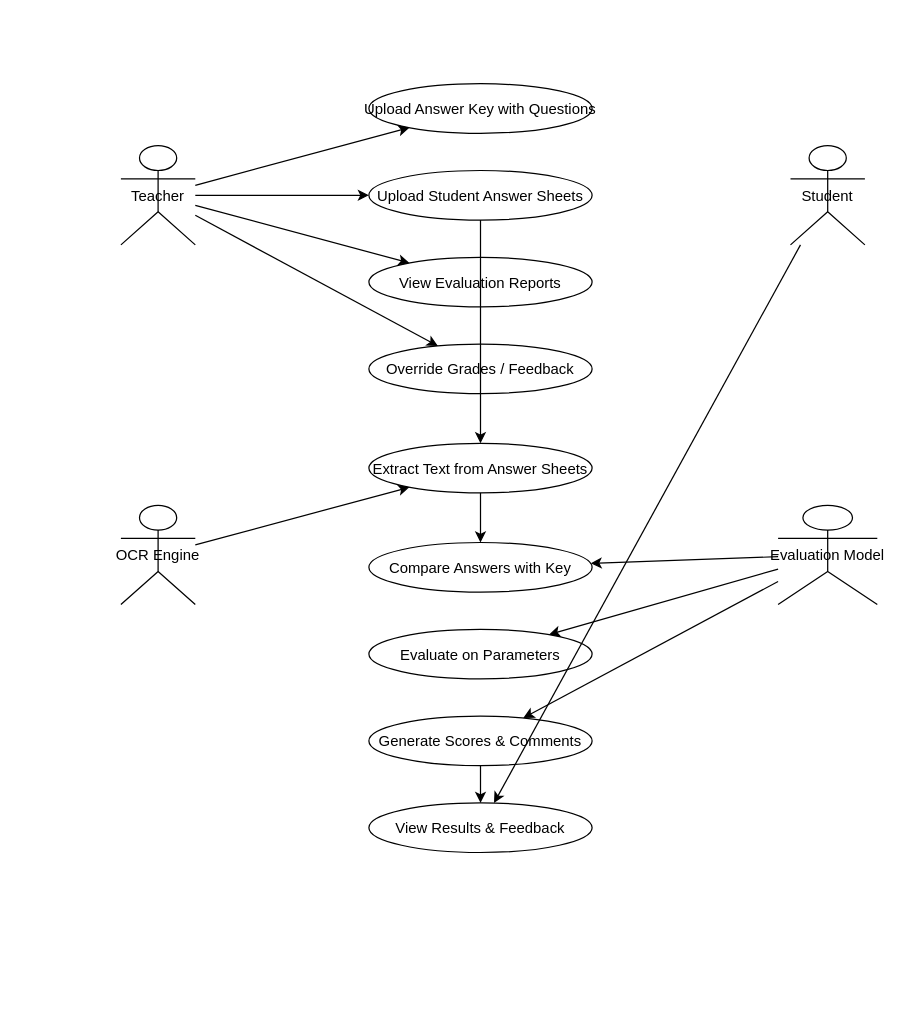
Above: Use_case_diagram.drawio in HarshMartinTopno/Software-Engineering-Project (draw.io), before the change. Source tidied: cells renumbered, new cells numbered last; positions are measured from the earlier drawing's top-left corner, leaving out a move shared by most shapes. Both pictures are drawn from the tidied source at 124%, with x=0, y=0 at pixel (120, 83).
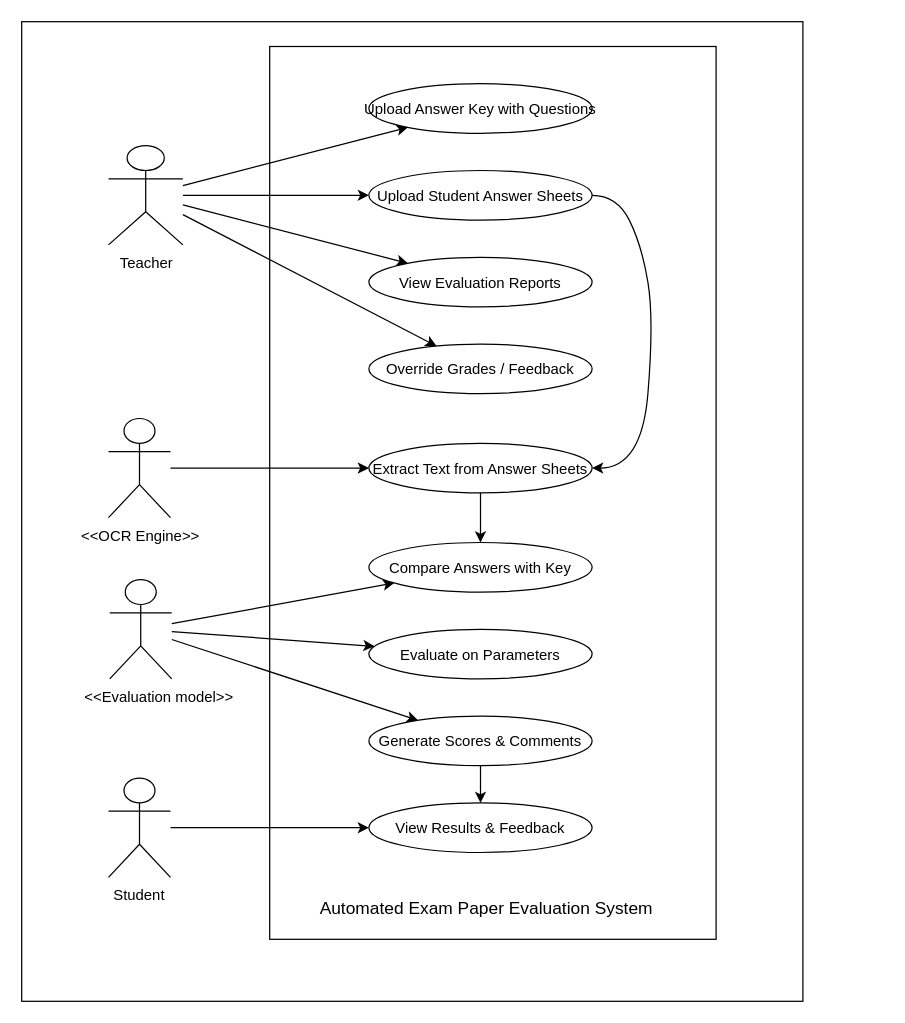
Above is the later version.

Commit message (it also covers changes not shown here):
use case updated

Unchanged cells that the change refers to:
```xml
<mxCell id="7" value="Upload Student Answer Sheets" style="ellipse;" parent="1" vertex="1">
  <mxGeometry x="200" y="70" width="180" height="40" as="geometry" />
</mxCell>
<mxCell id="10" value="Extract Text from Answer Sheets" style="ellipse;" parent="1" vertex="1">
  <mxGeometry x="200" y="290" width="180" height="40" as="geometry" />
</mxCell>
```

Change to the diagram source:
```diff
@@
+    <mxCell id="27" style="rounded=0;whiteSpace=wrap;html=1;" parent="1" vertex="1">
+      <mxGeometry x="-80" y="-50" width="630" height="790" as="geometry" />
+    </mxCell>
+    <mxCell id="28" style="rounded=0;whiteSpace=wrap;html=1;" parent="1" vertex="1">
+      <mxGeometry x="120" y="-30" width="360" height="720" as="geometry" />
+    </mxCell>
-    <mxCell id="2" value="Teacher" style="shape=umlActor;" parent="1" vertex="1">
-      <mxGeometry y="50" width="60" height="80" as="geometry" />
+    <mxCell id="2" style="shape=umlActor;" parent="1" vertex="1">
+      <mxGeometry x="-10" y="50" width="60" height="80" as="geometry" />
     </mxCell>
-    <mxCell id="3" value="Student" style="shape=umlActor;" parent="1" vertex="1">
-      <mxGeometry x="540" y="50" width="60" height="80" as="geometry" />
+    <mxCell id="3" style="shape=umlActor;" parent="1" vertex="1">
+      <mxGeometry x="-10" y="560" width="50" height="80" as="geometry" />
     </mxCell>
-    <mxCell id="4" value="OCR Engine" style="shape=umlActor;" parent="1" vertex="1">
-      <mxGeometry y="340" width="60" height="80" as="geometry" />
+    <mxCell id="4" style="shape=umlActor;" parent="1" vertex="1">
+      <mxGeometry x="-10" y="270" width="50" height="80" as="geometry" />
     </mxCell>
-    <mxCell id="5" value="Evaluation Model" style="shape=umlActor;" parent="1" vertex="1">
-      <mxGeometry x="530" y="340" width="80" height="80" as="geometry" />
+    <mxCell id="5" style="shape=umlActor;" parent="1" vertex="1">
+      <mxGeometry x="-9" y="400" width="50" height="80" as="geometry" />
     </mxCell>
@@
-    <mxCell id="19" parent="1" edge="1" source="7" target="10">
-      <mxGeometry relative="1" as="geometry" />
-    </mxCell>
@@
+    <mxCell id="29" value="&lt;span style=&quot;text-wrap-mode: nowrap;&quot;&gt;&amp;lt;&amp;lt;OCR Engine&amp;gt;&amp;gt;&lt;/span&gt;" style="text;html=1;whiteSpace=wrap;strokeColor=none;fillColor=none;align=center;verticalAlign=middle;rounded=0;" parent="1" vertex="1">
+      <mxGeometry x="-14" y="350" width="60" height="30" as="geometry" />
+    </mxCell>
+    <mxCell id="30" value="&amp;lt;&amp;lt;Evaluation model&amp;gt;&amp;gt;" style="text;html=1;whiteSpace=wrap;strokeColor=none;fillColor=none;align=center;verticalAlign=middle;rounded=0;" parent="1" vertex="1">
+      <mxGeometry x="-38" y="480" width="138" height="30" as="geometry" />
+    </mxCell>
+    <mxCell id="31" value="Student" style="text;html=1;whiteSpace=wrap;strokeColor=none;fillColor=none;align=center;verticalAlign=middle;rounded=0;" parent="1" vertex="1">
+      <mxGeometry x="-15" y="640" width="60" height="30" as="geometry" />
+    </mxCell>
+    <mxCell id="32" value="Teacher" style="text;html=1;whiteSpace=wrap;strokeColor=none;fillColor=none;align=center;verticalAlign=middle;rounded=0;" parent="1" vertex="1">
+      <mxGeometry x="-9" y="130" width="60" height="30" as="geometry" />
+    </mxCell>
+    <mxCell id="19" style="curved=1;endArrow=classic;html=1;rounded=0;exitX=1;exitY=0.5;exitDx=0;exitDy=0;" parent="1" edge="1" source="7" target="10">
+      <mxGeometry relative="1" as="geometry">
+        <Array as="points">
+          <mxPoint x="400" y="90" />
+          <mxPoint x="420" y="130" />
+          <mxPoint x="430" y="190" />
+          <mxPoint x="420" y="310" />
+        </Array>
+      </mxGeometry>
+    </mxCell>
+    <mxCell id="33" value="&lt;font style=&quot;font-size: 14px;&quot;&gt;Automated Exam Paper Evaluation System&lt;/font&gt;" style="text;html=1;whiteSpace=wrap;strokeColor=none;fillColor=none;align=center;verticalAlign=middle;rounded=0;" parent="1" vertex="1">
+      <mxGeometry x="130" y="650" width="330" height="30" as="geometry" />
+    </mxCell>
```
